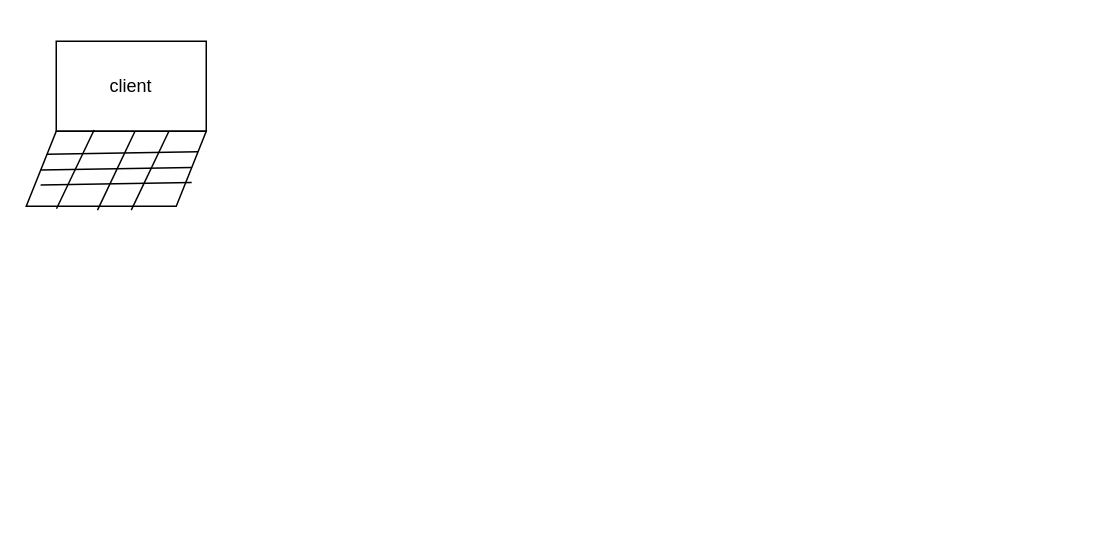
This is diagramme_architecture.drawio from TheAIWizard/Ensaeats, a draw.io file, before an edit. Source tidied: cells renumbered, new cells numbered last; positions are measured from the earlier drawing's top-left corner, leaving out a move shared by most shapes. Both pictures are drawn from the tidied source at 150%, with x=0, y=0 at pixel (26, 40).
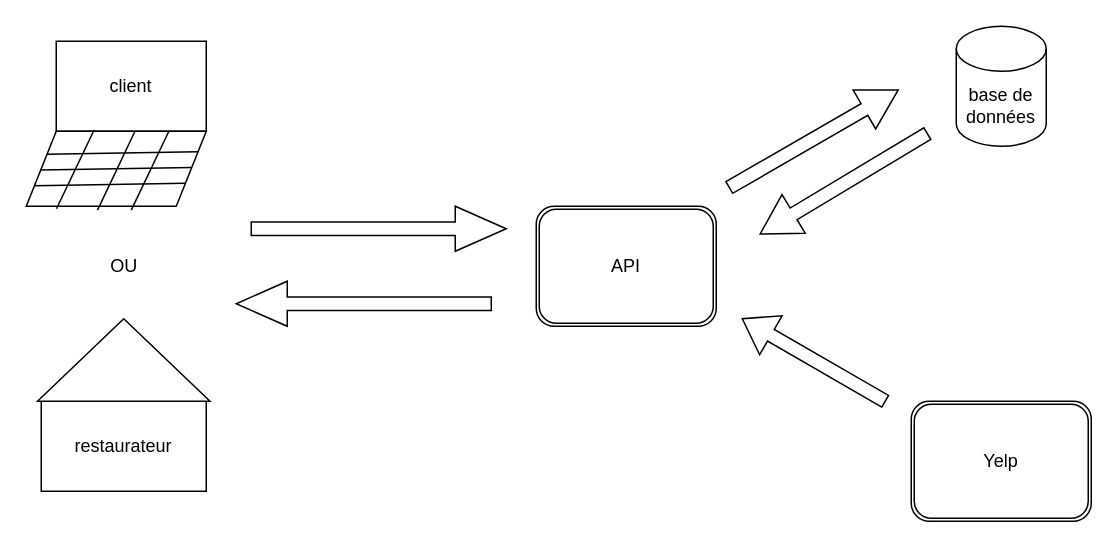
Above is the later version.

Commit message:
diag archi

The change refers to these unchanged cells:
```xml
<mxCell id="3" style="shape=parallelogram;perimeter=parallelogramPerimeter;whiteSpace=wrap;html=1;fixedSize=1;" parent="1" vertex="1">
  <mxGeometry y="60" width="120" height="50" as="geometry" />
</mxCell>
```

Diff of the diagram source:
```diff
@@
-    <mxCell id="9" style="endArrow=none;html=1;entryX=1;entryY=0.25;entryDx=0;entryDy=0;exitX=0;exitY=0.25;exitDx=0;exitDy=0;" parent="1" edge="1">
-      <mxGeometry relative="1" as="geometry">
-        <mxPoint x="9.6" y="95.9" as="sourcePoint" />
-        <mxPoint x="110.3" y="94.1" as="targetPoint" />
-      </mxGeometry>
+    <mxCell id="9" style="endArrow=none;html=1;exitX=0;exitY=0.75;exitDx=0;exitDy=0;entryX=1;entryY=0.75;entryDx=0;entryDy=0;" parent="1" edge="1" source="3" target="3">
+      <mxGeometry relative="1" as="geometry" />
     </mxCell>
+    <mxCell id="10" value="restaurateur" style="rounded=0;whiteSpace=wrap;html=1;" parent="1" vertex="1">
+      <mxGeometry x="10" y="240" width="110" height="60" as="geometry" />
+    </mxCell>
+    <mxCell id="11" style="triangle;whiteSpace=wrap;html=1;rotation=-90;" parent="1" vertex="1">
+      <mxGeometry x="37.5" y="155" width="55" height="115" as="geometry" />
+    </mxCell>
+    <mxCell id="12" value="OU" style="text;html=1;align=center;verticalAlign=middle;strokeColor=none;" parent="1" vertex="1">
+      <mxGeometry x="50" y="140" width="30" height="20" as="geometry" />
+    </mxCell>
+    <mxCell id="13" value="base de données" style="shape=cylinder3;whiteSpace=wrap;html=1;boundedLbl=1;backgroundOutline=1;size=15;" parent="1" vertex="1">
+      <mxGeometry x="620" y="-10" width="60" height="80" as="geometry" />
+    </mxCell>
+    <mxCell id="14" value="API" style="shape=ext;double=1;rounded=1;whiteSpace=wrap;html=1;" parent="1" vertex="1">
+      <mxGeometry x="340" y="110" width="120" height="80" as="geometry" />
+    </mxCell>
+    <mxCell id="15" value="Yelp" style="shape=ext;double=1;rounded=1;whiteSpace=wrap;html=1;" parent="1" vertex="1">
+      <mxGeometry x="590" y="240" width="120" height="80" as="geometry" />
+    </mxCell>
+    <mxCell id="16" style="shape=singleArrow;whiteSpace=wrap;html=1;" parent="1" vertex="1">
+      <mxGeometry x="150" y="110" width="170" height="30" as="geometry" />
+    </mxCell>
+    <mxCell id="17" style="shape=singleArrow;whiteSpace=wrap;html=1;rotation=-180;" parent="1" vertex="1">
+      <mxGeometry x="140" y="160" width="170" height="30" as="geometry" />
+    </mxCell>
+    <mxCell id="18" style="shape=singleArrow;whiteSpace=wrap;html=1;rotation=-30;" parent="1" vertex="1">
+      <mxGeometry x="460" y="50" width="130" height="30" as="geometry" />
+    </mxCell>
+    <mxCell id="19" style="shape=singleArrow;whiteSpace=wrap;html=1;rotation=-211;" parent="1" vertex="1">
+      <mxGeometry x="480" y="80" width="130" height="30" as="geometry" />
+    </mxCell>
+    <mxCell id="20" style="shape=singleArrow;whiteSpace=wrap;html=1;rotation=-150;" parent="1" vertex="1">
+      <mxGeometry x="470" y="197.5" width="110" height="30" as="geometry" />
+    </mxCell>
```
